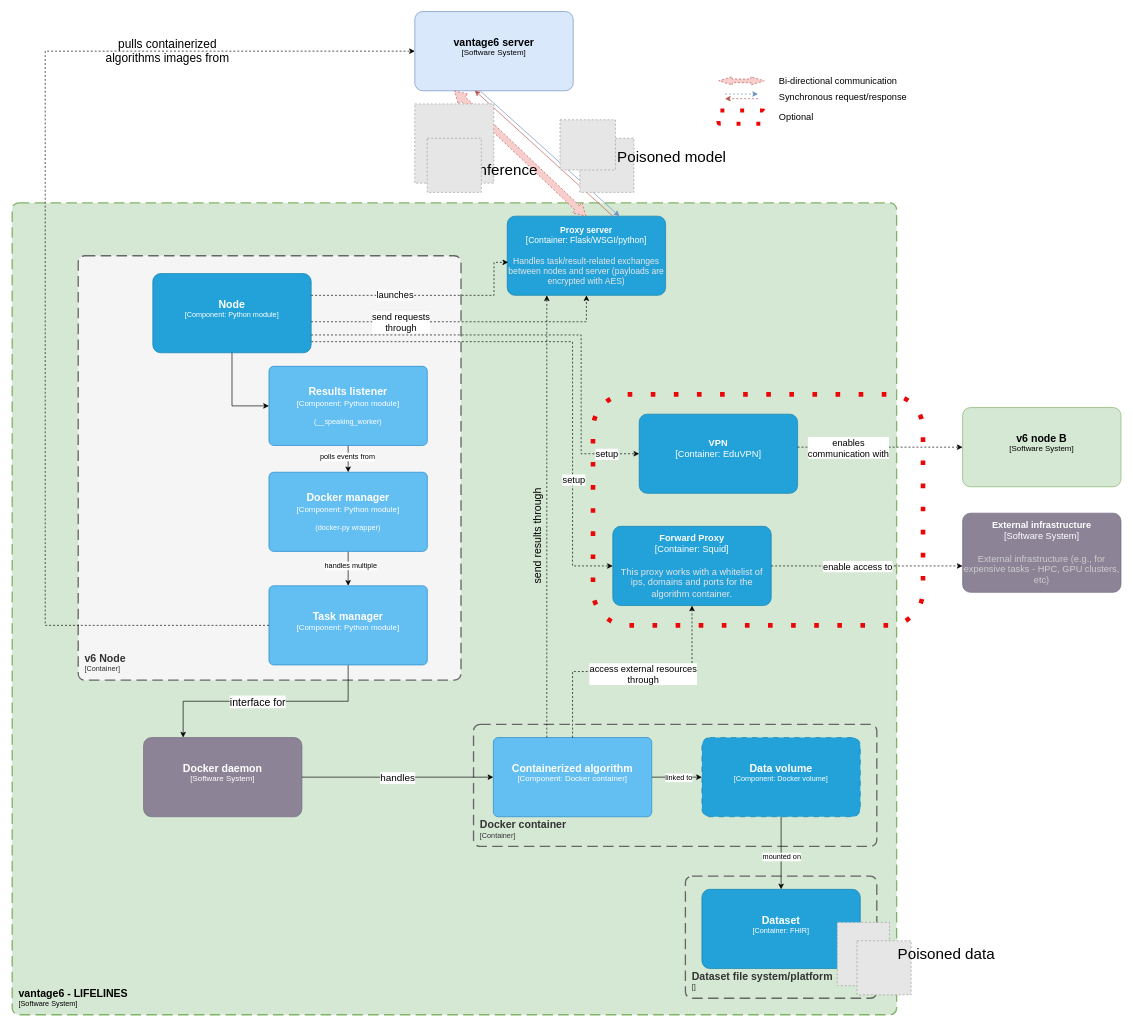
Earlier version of the draw.io diagram page "L3-Components-client" (7 of 11) of models/draw.io/VantageModel.drawio (MyDigiTwinNL/MyDigiTwin-architecture-documentation). Source tidied: cells renumbered, new cells numbered last; positions are measured from the earlier drawing's top-left corner, leaving out a move shared by most shapes. Both pictures are drawn from the tidied source at 66%, with x=0, y=0 at pixel (12, 11). Pictures stored in the file or linked from it are replaced by grey dashed boxes.
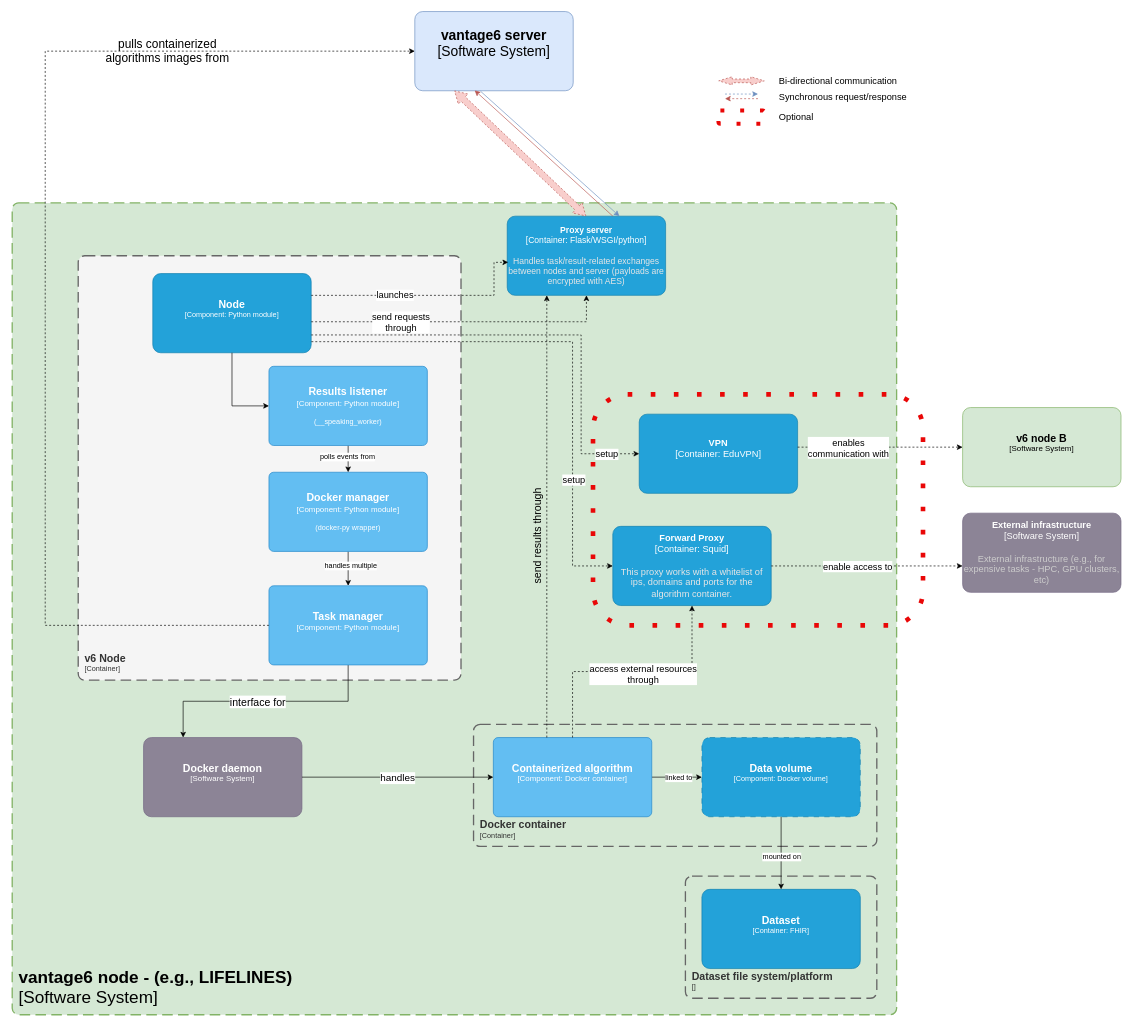
After the change.

The edit, as a diff of the source:
```diff
@@
-    <object id="2" label="&lt;font style=&quot;font-size: 16px&quot;&gt;&lt;b&gt;&lt;div style=&quot;text-align: left&quot;&gt;%c4Name%&lt;/div&gt;&lt;/b&gt;&lt;/font&gt;&lt;div style=&quot;text-align: left&quot;&gt;[%c4Application%]&lt;/div&gt;" c4Application="Software System" c4Name="vantage6 - LIFELINES" placeholders="1">
-      <mxCell style="rounded=1;fontSize=11;whiteSpace=wrap;html=1;dashed=1;arcSize=20;fillColor=#d5e8d4;strokeColor=#82b366;labelBackgroundColor=none;align=left;verticalAlign=bottom;labelBorderColor=none;spacingTop=0;spacing=10;dashPattern=8 4;perimeter=rectanglePerimeter;noLabel=0;labelPadding=0;absoluteArcSize=1;strokeWidth=2;" parent="1" vertex="1">
+    <object id="2" label="&lt;font style=&quot;font-size: 26px;&quot;&gt;&lt;b style=&quot;font-size: 26px;&quot;&gt;&lt;div style=&quot;text-align: left; font-size: 26px;&quot;&gt;%c4Name%&lt;/div&gt;&lt;/b&gt;&lt;/font&gt;&lt;div style=&quot;text-align: left; font-size: 26px;&quot;&gt;[%c4Application%]&lt;/div&gt;" c4Application="Software System" c4Name="vantage6 node - (e.g., LIFELINES)" placeholders="1">
+      <mxCell style="rounded=1;fontSize=26;whiteSpace=wrap;html=1;dashed=1;arcSize=20;fillColor=#d5e8d4;strokeColor=#82b366;labelBackgroundColor=none;align=left;verticalAlign=bottom;labelBorderColor=none;spacingTop=0;spacing=10;dashPattern=8 4;perimeter=rectanglePerimeter;noLabel=0;labelPadding=0;absoluteArcSize=1;strokeWidth=2;" parent="1" vertex="1">
         <mxGeometry y="290" width="1340" height="1230" as="geometry" />
       </mxCell>
     </object>
@@
-    <object id="29" label="&lt;font style=&quot;font-size: 16px&quot;&gt;&lt;b&gt;%c4Name%&lt;/b&gt;&lt;/font&gt;&lt;div&gt;[%c4Type%]&lt;/div&gt;&lt;br&gt;&lt;div&gt;&lt;font style=&quot;font-size: 11px&quot;&gt;&lt;font color=&quot;#cccccc&quot;&gt;%c4Description%&lt;/font&gt;&lt;/div&gt;" c4Description="" c4Name="vantage6 server" c4Type="Software System" placeholders="1">
-      <mxCell style="rounded=1;whiteSpace=wrap;html=1;labelBackgroundColor=none;fillColor=#dae8fc;align=center;arcSize=10;strokeColor=#6c8ebf;points=[[0.25,0,0],[0.5,0,0],[0.75,0,0],[1,0.25,0],[1,0.5,0],[1,0.75,0],[0.75,1,0],[0.5,1,0],[0.25,1,0],[0,0.75,0],[0,0.5,0],[0,0.25,0]];" parent="1" vertex="1">
+    <object id="29" label="&lt;font style=&quot;font-size: 21px;&quot;&gt;&lt;b style=&quot;font-size: 21px;&quot;&gt;%c4Name%&lt;/b&gt;&lt;/font&gt;&lt;div style=&quot;font-size: 21px;&quot;&gt;[%c4Type%]&lt;/div&gt;&lt;br style=&quot;font-size: 21px;&quot;&gt;&lt;div style=&quot;font-size: 21px;&quot;&gt;&lt;font style=&quot;font-size: 21px;&quot;&gt;&lt;font color=&quot;#cccccc&quot; style=&quot;font-size: 21px;&quot;&gt;%c4Description%&lt;/font&gt;&lt;/font&gt;&lt;/div&gt;" c4Description="" c4Name="vantage6 server" c4Type="Software System" placeholders="1">
+      <mxCell style="rounded=1;whiteSpace=wrap;html=1;labelBackgroundColor=none;fillColor=#dae8fc;align=center;arcSize=10;strokeColor=#6c8ebf;points=[[0.25,0,0],[0.5,0,0],[0.75,0,0],[1,0.25,0],[1,0.5,0],[1,0.75,0],[0.75,1,0],[0.5,1,0],[0.25,1,0],[0,0.75,0],[0,0.5,0],[0,0.25,0]];fontSize=21;" parent="1" vertex="1">
         <mxGeometry x="610" width="240" height="120" as="geometry" />
       </mxCell>
     </object>
@@
-    <mxCell id="63" parent="0" />
-    <mxCell id="64" style="fillColor=#E6E6E6;strokeColor=#999999;dashed=1;verticalLabelPosition=bottom;labelBackgroundColor=default;verticalAlign=top;" parent="63" vertex="1">
-      <mxGeometry x="1250" y="1380" width="79.2" height="95.9" as="geometry" />
-    </mxCell>
-    <mxCell id="65" style="fillColor=#E6E6E6;strokeColor=#999999;dashed=1;verticalLabelPosition=bottom;labelBackgroundColor=default;verticalAlign=top;" parent="63" vertex="1">
-      <mxGeometry x="1280" y="1407.9" width="82" height="82" as="geometry" />
-    </mxCell>
-    <mxCell id="66" value="&lt;font style=&quot;font-size: 23px;&quot;&gt;Poisoned data&lt;/font&gt;" style="text;html=1;align=center;verticalAlign=middle;strokeColor=none;fillColor=none;" parent="63" vertex="1">
-      <mxGeometry x="1330" y="1407.9" width="170" height="40" as="geometry" />
-    </mxCell>
-    <mxCell id="67" style="group;" parent="63" vertex="1">
-      <mxGeometry x="830" y="164" width="264" height="110" as="geometry" />
-    </mxCell>
-    <mxCell id="68" style="fillColor=#E6E6E6;strokeColor=#999999;dashed=1;verticalLabelPosition=bottom;labelBackgroundColor=default;verticalAlign=top;" parent="67" vertex="1">
-      <mxGeometry x="30" y="28" width="82" height="82" as="geometry" />
-    </mxCell>
-    <mxCell id="69" value="&lt;font style=&quot;font-size: 23px;&quot;&gt;Poisoned model&lt;/font&gt;" style="text;html=1;align=center;verticalAlign=middle;strokeColor=none;fillColor=none;" parent="67" vertex="1">
-      <mxGeometry x="74" y="36" width="190" height="40" as="geometry" />
-    </mxCell>
-    <mxCell id="70" style="fillColor=#E6E6E6;strokeColor=#999999;dashed=1;verticalLabelPosition=bottom;labelBackgroundColor=default;verticalAlign=top;" parent="67" vertex="1">
-      <mxGeometry width="84" height="76" as="geometry" />
-    </mxCell>
-    <mxCell id="71" style="fillColor=#E6E6E6;strokeColor=#999999;dashed=1;verticalLabelPosition=bottom;labelBackgroundColor=default;verticalAlign=top;" parent="63" vertex="1">
-      <mxGeometry x="610" y="140" width="119.6" height="120" as="geometry" />
-    </mxCell>
-    <mxCell id="72" value="&lt;span style=&quot;font-size: 23px;&quot;&gt;Inference&lt;/span&gt;" style="text;html=1;align=center;verticalAlign=middle;strokeColor=none;fillColor=none;" parent="63" vertex="1">
-      <mxGeometry x="687.6" y="220" width="120" height="40" as="geometry" />
-    </mxCell>
-    <mxCell id="73" style="fillColor=#E6E6E6;strokeColor=#999999;dashed=1;verticalLabelPosition=bottom;labelBackgroundColor=default;verticalAlign=top;" parent="63" vertex="1">
-      <mxGeometry x="628.8" y="192" width="82" height="82" as="geometry" />
-    </mxCell>
```
